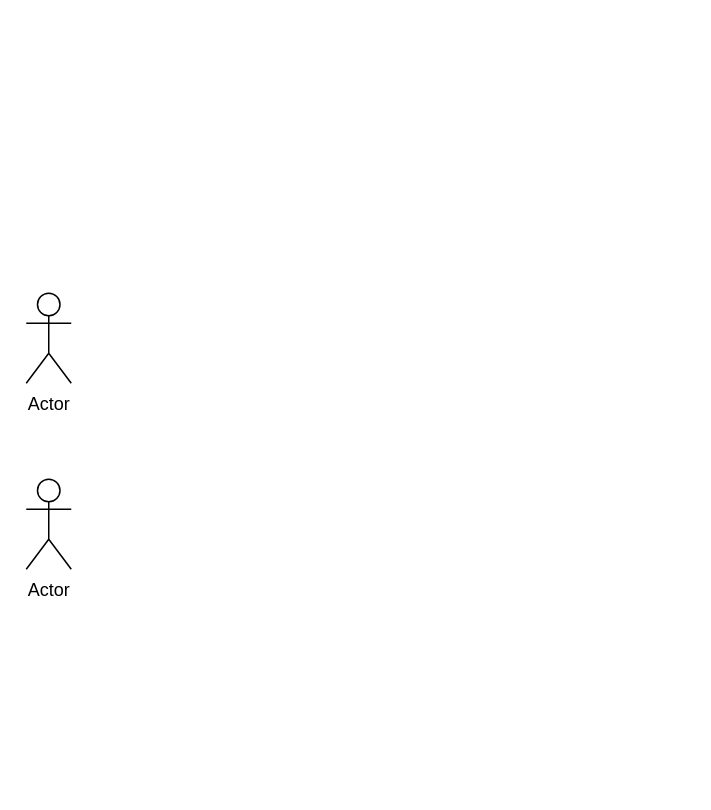
qf2020/drawio keeps this draw.io diagram as 路线图模块用例图.drawio. Above is the earlier version. Source tidied: cells renumbered, new cells numbered last; positions are measured from the earlier drawing's top-left corner, leaving out a move shared by most shapes. Both pictures are drawn from the tidied source at 150%, with x=0, y=0 at pixel (26, 292).
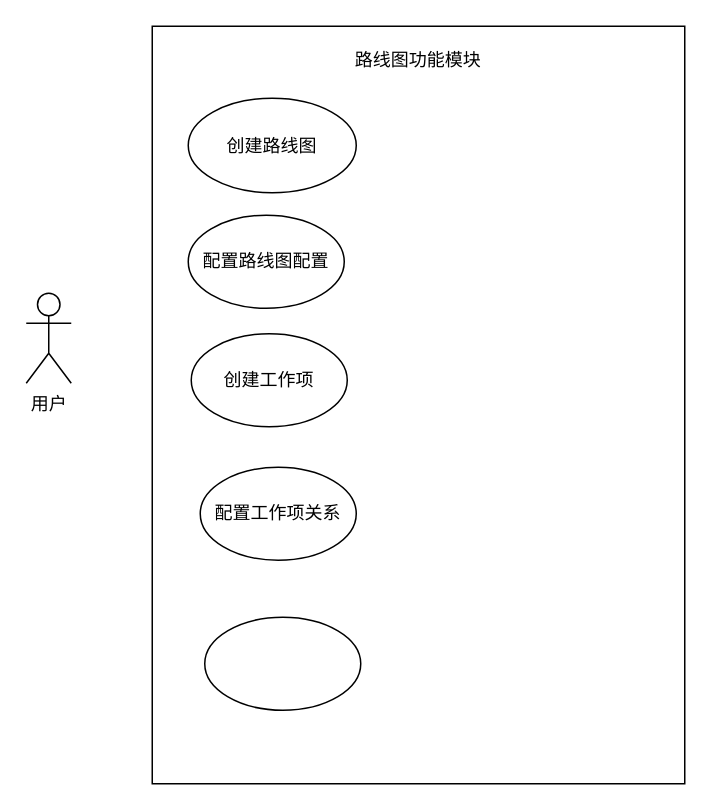
After the change.

Commit message:
更新路线图模块用例图.drawio

The edit, as a diff of the source:
```diff
@@
 <mxGraphModel>
   <root>
     <mxCell id="0" />
     <mxCell id="1" parent="0" />
-    <mxCell id="2" value="Actor" style="shape=umlActor;verticalLabelPosition=bottom;verticalAlign=top;html=1;" parent="1" vertex="1">
+    <mxCell id="2" value="用户" style="shape=umlActor;verticalLabelPosition=bottom;verticalAlign=top;html=1;" parent="1" vertex="1">
       <mxGeometry width="30" height="60" as="geometry" />
     </mxCell>
-    <mxCell id="3" value="Actor" style="shape=umlActor;verticalLabelPosition=bottom;verticalAlign=top;html=1;" parent="1" vertex="1">
-      <mxGeometry y="124" width="30" height="60" as="geometry" />
-    </mxCell>
+    <mxCell id="4" style="rounded=0;whiteSpace=wrap;html=1;" parent="1" vertex="1">
+      <mxGeometry x="84" y="-178" width="355" height="505" as="geometry" />
+    </mxCell>
+    <mxCell id="5" value="路线图功能模块" style="text;html=1;align=center;verticalAlign=middle;whiteSpace=wrap;rounded=0;" parent="1" vertex="1">
+      <mxGeometry x="212" y="-170" width="99" height="30" as="geometry" />
+    </mxCell>
+    <mxCell id="6" value="配置路线图配置" style="ellipse;whiteSpace=wrap;html=1;" parent="1" vertex="1">
+      <mxGeometry x="108" y="-52" width="104" height="62" as="geometry" />
+    </mxCell>
+    <mxCell id="7" value="创建路线图" style="ellipse;whiteSpace=wrap;html=1;" parent="1" vertex="1">
+      <mxGeometry x="108" y="-130" width="112" height="63" as="geometry" />
+    </mxCell>
+    <mxCell id="8" value="创建工作项" style="ellipse;whiteSpace=wrap;html=1;" parent="1" vertex="1">
+      <mxGeometry x="110" y="27" width="104" height="62" as="geometry" />
+    </mxCell>
+    <mxCell id="9" style="ellipse;whiteSpace=wrap;html=1;" parent="1" vertex="1">
+      <mxGeometry x="119" y="216" width="104" height="62" as="geometry" />
+    </mxCell>
+    <mxCell id="10" value="配置工作项关系" style="ellipse;whiteSpace=wrap;html=1;" parent="1" vertex="1">
+      <mxGeometry x="116" y="116" width="104" height="62" as="geometry" />
+    </mxCell>
   </root>
 </mxGraphModel>
```
